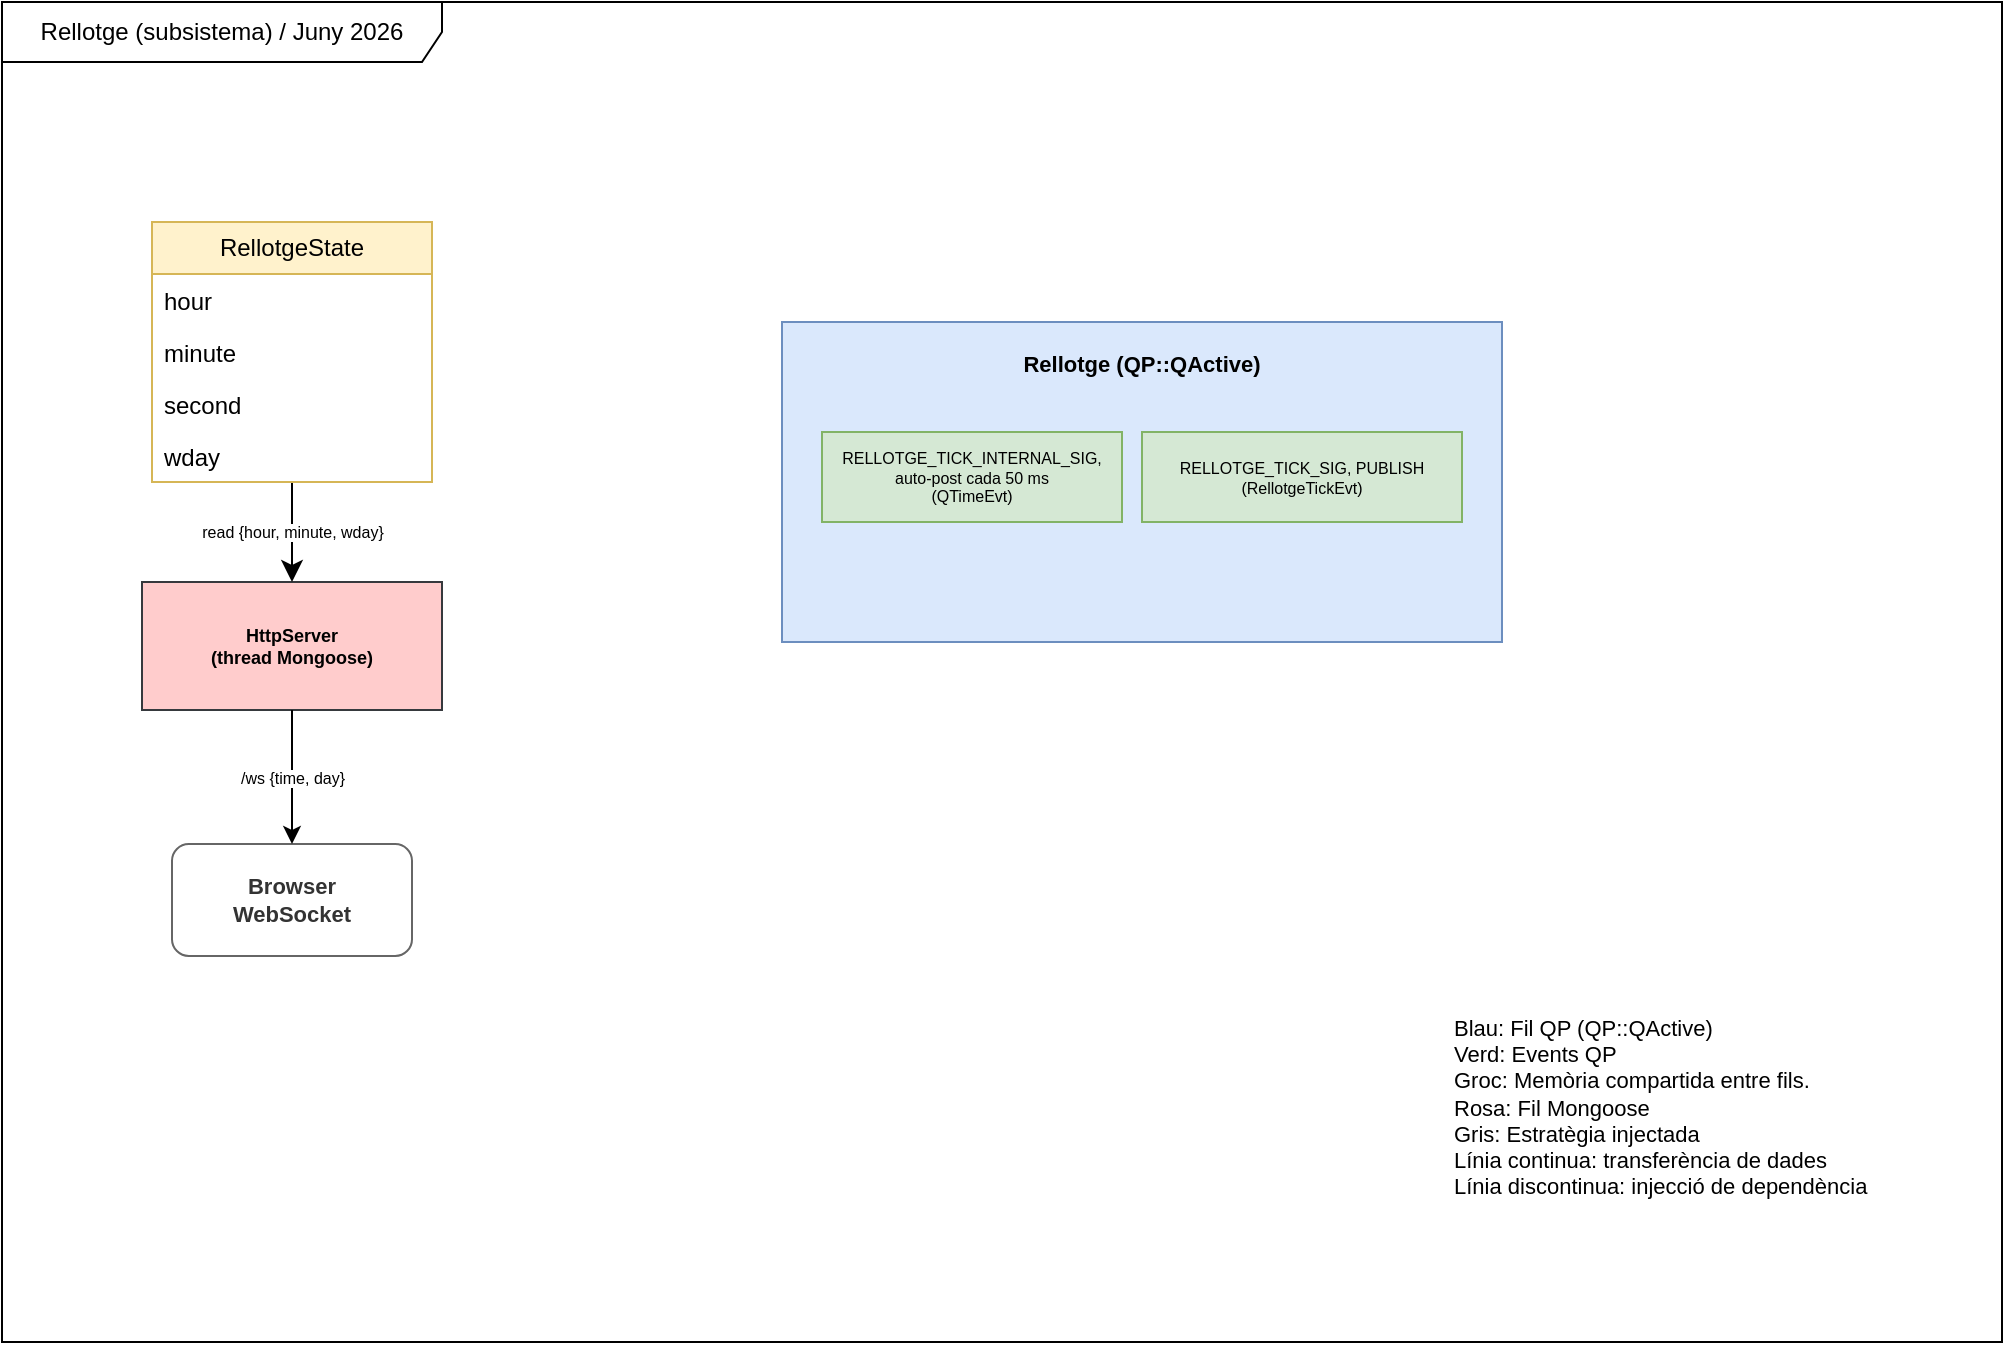
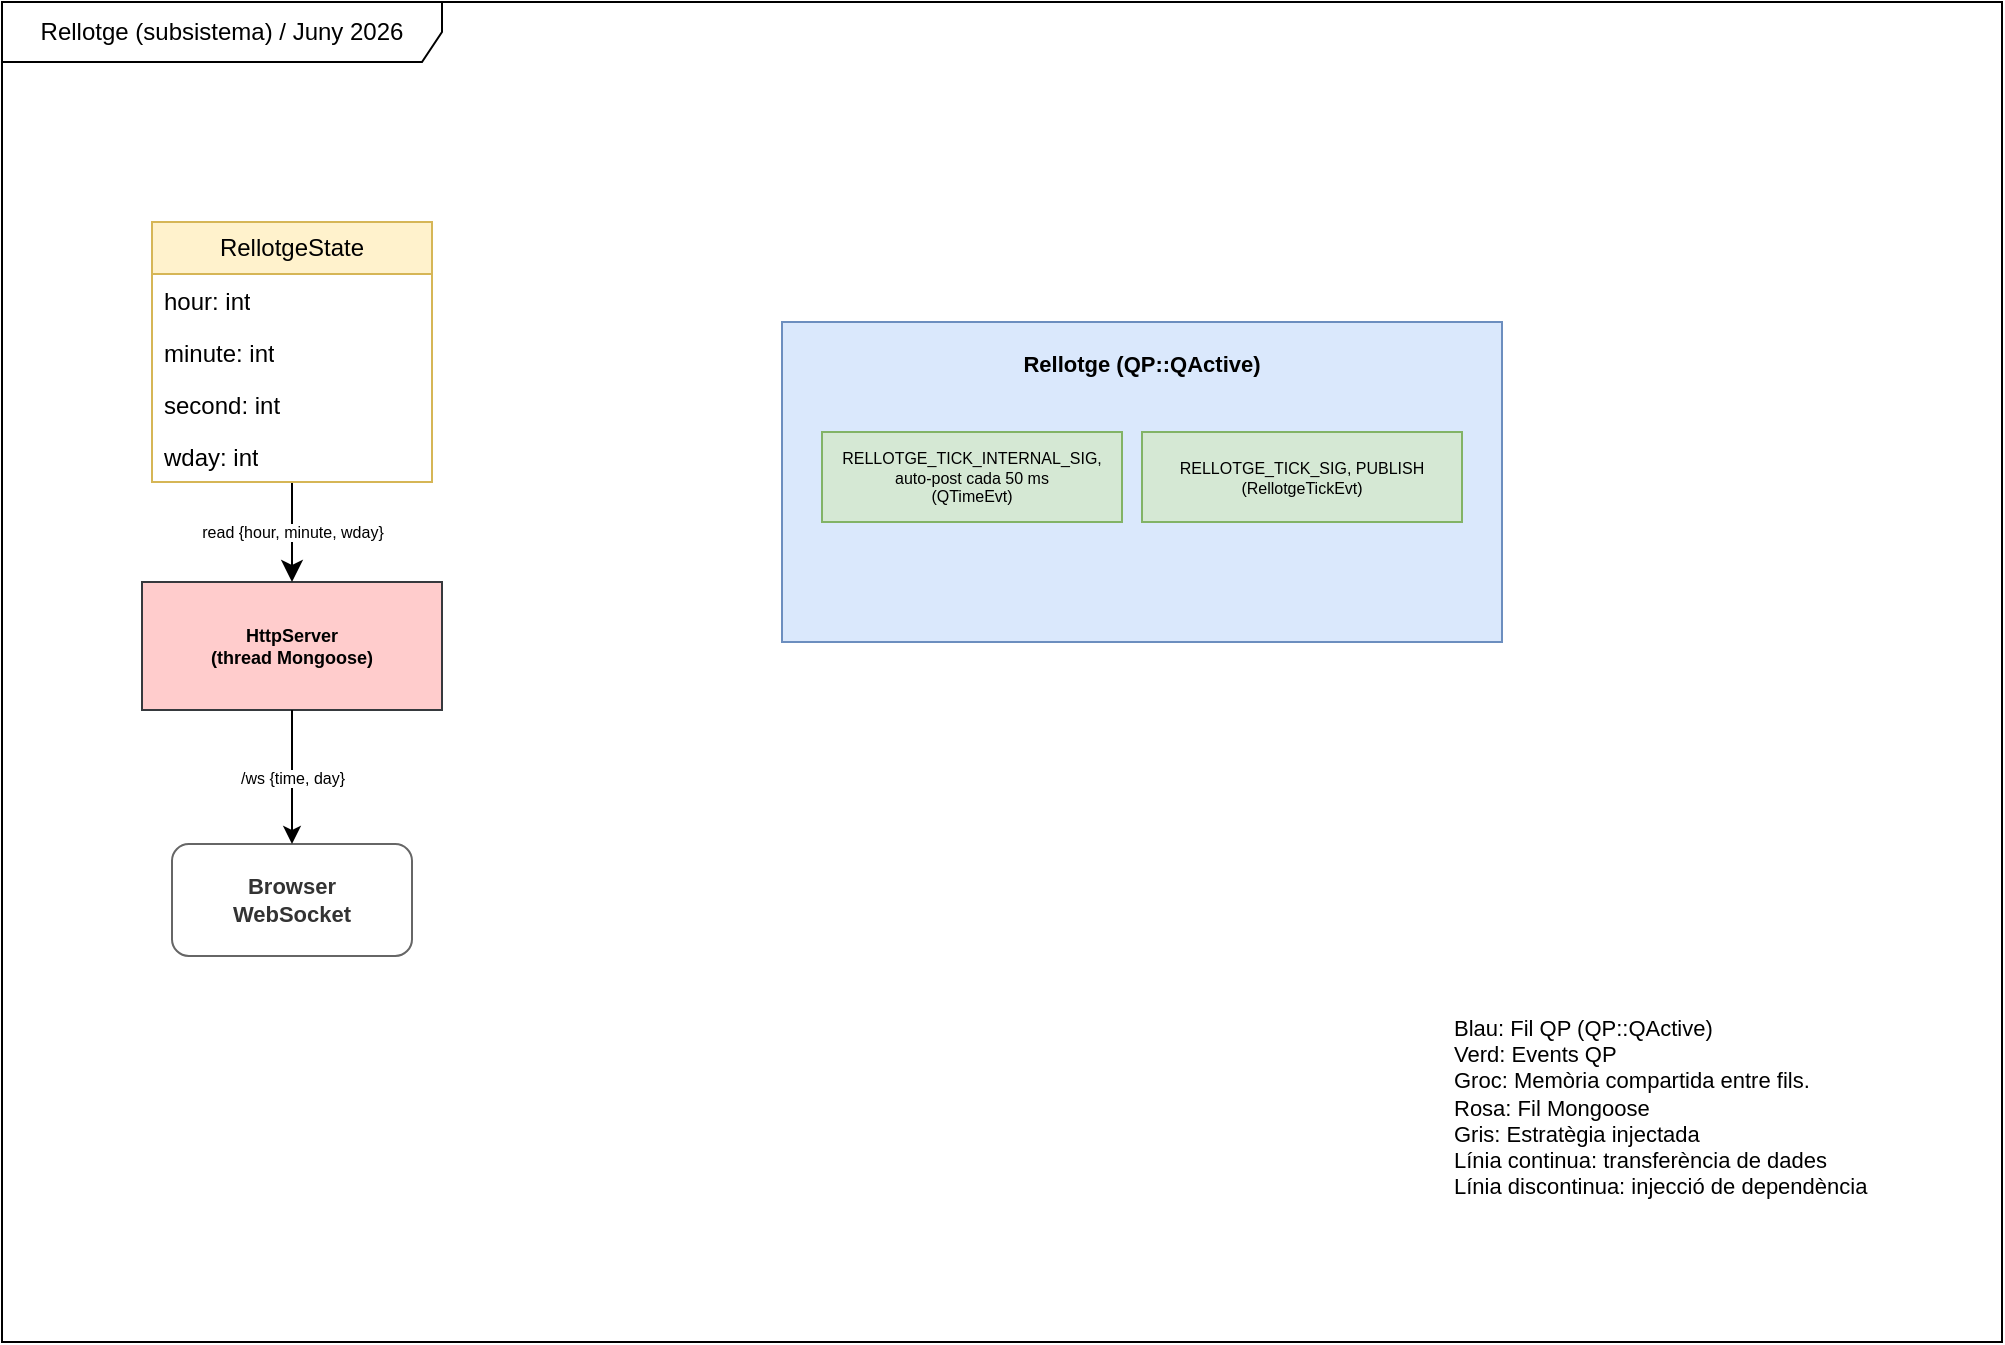
<mxfile host="Electron" agent="Mozilla/5.0 (Windows NT 10.0; Win64; x64) AppleWebKit/537.36 (KHTML, like Gecko) draw.io/28.2.8 Chrome/140.0.7339.240 Electron/38.4.0 Safari/537.36" version="28.2.8">
  <diagram name="Rellotge" id="rellotge">
    <mxGraphModel dx="1028" dy="663" grid="1" gridSize="10" guides="1" tooltips="1" connect="1" arrows="1" fold="1" page="1" pageScale="1" pageWidth="1169" pageHeight="826" math="0" shadow="0">
      <root>
        <mxCell id="0" />
        <mxCell id="1" parent="0" />
        <mxCell id="frame" value="Rellotge (subsistema) / Juny 2026" style="shape=umlFrame;whiteSpace=wrap;html=1;pointerEvents=0;recursiveResize=0;collapsible=0;width=220;height=30;" parent="1" vertex="1">
          <mxGeometry x="40" y="50" width="1000" height="670" as="geometry" />
        </mxCell>
        <mxCell id="rl" value="Rellotge (QP::QActive)" style="rounded=0;whiteSpace=wrap;html=1;fillColor=#dae8fc;strokeColor=#6c8ebf;fontSize=11;fontStyle=1;verticalAlign=top;spacingTop=8" parent="1" vertex="1">
          <mxGeometry x="430" y="210" width="360" height="160" as="geometry" />
        </mxCell>
        <mxCell id="rl_internal" value="RELLOTGE_TICK_INTERNAL_SIG, auto-post cada 50 ms&#xa;(QTimeEvt)" style="rounded=0;whiteSpace=wrap;html=1;fillColor=#d5e8d4;strokeColor=#82b366;fontSize=8" parent="1" vertex="1">
          <mxGeometry x="450" y="265" width="150" height="45" as="geometry" />
        </mxCell>
        <mxCell id="rl_pub" value="RELLOTGE_TICK_SIG, PUBLISH&#xa;(RellotgeTickEvt)" style="rounded=0;whiteSpace=wrap;html=1;fillColor=#d5e8d4;strokeColor=#82b366;fontSize=8" parent="1" vertex="1">
          <mxGeometry x="610" y="265" width="160" height="45" as="geometry" />
        </mxCell>
        <mxCell id="http" value="HttpServer&#xa;(thread Mongoose)" style="rounded=0;whiteSpace=wrap;html=1;fillColor=#ffcccc;strokeColor=#36393d;fontSize=9;fontStyle=1" parent="1" vertex="1">
          <mxGeometry x="110" y="340" width="150" height="64" as="geometry" />
        </mxCell>
        <mxCell id="ws" value="&lt;b&gt;Browser&lt;/b&gt;&#xa;&lt;b&gt;WebSocket&lt;/b&gt;" style="rounded=1;whiteSpace=wrap;html=1;fillColor=#ffffff;strokeColor=#666666;fontColor=#333333;fontSize=11;" parent="1" vertex="1">
          <mxGeometry x="125" y="471" width="120" height="56" as="geometry" />
        </mxCell>
        <mxCell id="e_push" value="/ws {time, day}" style="edgeStyle=orthogonalEdgeStyle;rounded=0;html=1;exitX=0.5;exitY=1;exitDx=0;exitDy=0;entryX=0.5;entryY=0;entryDx=0;entryDy=0;fontSize=8;" parent="1" source="http" target="ws" edge="1">
          <mxGeometry relative="1" as="geometry" />
        </mxCell>
        <mxCell id="legend" value="&lt;div style=&quot;text-align:left&quot;&gt;Blau: Fil QP (QP::QActive)&lt;br&gt;Verd: Events QP&lt;br&gt;Groc: Memòria compartida entre fils.&lt;br&gt;Rosa: Fil Mongoose&lt;br&gt;Gris: Estratègia injectada&lt;br&gt;Línia continua: transferència de dades&lt;br&gt;Línia discontinua: injecció de dependència&lt;/div&gt;" style="text;strokeColor=none;fillColor=none;align=left;verticalAlign=top;spacingLeft=4;spacingRight=4;overflow=hidden;whiteSpace=wrap;html=1;fontSize=11;" parent="1" vertex="1">
          <mxGeometry x="760" y="550" width="240" height="110" as="geometry" />
        </mxCell>
        <mxCell id="fVvCkoM4ovPekPfYtxhf-7" value="read {hour, minute, wday}" style="edgeStyle=orthogonalEdgeStyle;curved=0;rounded=0;orthogonalLoop=1;jettySize=auto;html=1;fontSize=8;startSize=8;endSize=8;" parent="1" source="fVvCkoM4ovPekPfYtxhf-1" target="http" edge="1">
          <mxGeometry relative="1" as="geometry" />
        </mxCell>
        <mxCell id="fVvCkoM4ovPekPfYtxhf-1" value="RellotgeState" style="swimlane;fontStyle=0;childLayout=stackLayout;horizontal=1;startSize=26;fillColor=#fff2cc;horizontalStack=0;resizeParent=1;resizeParentMax=0;resizeLast=0;collapsible=1;marginBottom=0;whiteSpace=wrap;html=1;strokeColor=#d6b656;" parent="1" vertex="1">
          <mxGeometry x="115" y="160" width="140" height="130" as="geometry" />
        </mxCell>
-         <mxCell id="fVvCkoM4ovPekPfYtxhf-2" value="hour" style="text;strokeColor=none;fillColor=none;align=left;verticalAlign=top;spacingLeft=4;spacingRight=4;overflow=hidden;rotatable=0;points=[[0,0.5],[1,0.5]];portConstraint=eastwest;whiteSpace=wrap;html=1;" parent="fVvCkoM4ovPekPfYtxhf-1" vertex="1">
+         <mxCell id="fVvCkoM4ovPekPfYtxhf-2" value="hour: int" style="text;strokeColor=none;fillColor=none;align=left;verticalAlign=top;spacingLeft=4;spacingRight=4;overflow=hidden;rotatable=0;points=[[0,0.5],[1,0.5]];portConstraint=eastwest;whiteSpace=wrap;html=1;" parent="fVvCkoM4ovPekPfYtxhf-1" vertex="1">
          <mxGeometry y="26" width="140" height="26" as="geometry" />
        </mxCell>
-         <mxCell id="fVvCkoM4ovPekPfYtxhf-3" value="minute" style="text;strokeColor=none;fillColor=none;align=left;verticalAlign=top;spacingLeft=4;spacingRight=4;overflow=hidden;rotatable=0;points=[[0,0.5],[1,0.5]];portConstraint=eastwest;whiteSpace=wrap;html=1;" parent="fVvCkoM4ovPekPfYtxhf-1" vertex="1">
+         <mxCell id="fVvCkoM4ovPekPfYtxhf-3" value="minute: int" style="text;strokeColor=none;fillColor=none;align=left;verticalAlign=top;spacingLeft=4;spacingRight=4;overflow=hidden;rotatable=0;points=[[0,0.5],[1,0.5]];portConstraint=eastwest;whiteSpace=wrap;html=1;" parent="fVvCkoM4ovPekPfYtxhf-1" vertex="1">
          <mxGeometry y="52" width="140" height="26" as="geometry" />
        </mxCell>
-         <mxCell id="fVvCkoM4ovPekPfYtxhf-4" value="second" style="text;strokeColor=none;fillColor=none;align=left;verticalAlign=top;spacingLeft=4;spacingRight=4;overflow=hidden;rotatable=0;points=[[0,0.5],[1,0.5]];portConstraint=eastwest;whiteSpace=wrap;html=1;" parent="fVvCkoM4ovPekPfYtxhf-1" vertex="1">
+         <mxCell id="fVvCkoM4ovPekPfYtxhf-4" value="second: int" style="text;strokeColor=none;fillColor=none;align=left;verticalAlign=top;spacingLeft=4;spacingRight=4;overflow=hidden;rotatable=0;points=[[0,0.5],[1,0.5]];portConstraint=eastwest;whiteSpace=wrap;html=1;" parent="fVvCkoM4ovPekPfYtxhf-1" vertex="1">
          <mxGeometry y="78" width="140" height="26" as="geometry" />
        </mxCell>
-         <mxCell id="fVvCkoM4ovPekPfYtxhf-6" value="wday" style="text;strokeColor=none;fillColor=none;align=left;verticalAlign=top;spacingLeft=4;spacingRight=4;overflow=hidden;rotatable=0;points=[[0,0.5],[1,0.5]];portConstraint=eastwest;whiteSpace=wrap;html=1;" parent="fVvCkoM4ovPekPfYtxhf-1" vertex="1">
+         <mxCell id="fVvCkoM4ovPekPfYtxhf-6" value="wday: int" style="text;strokeColor=none;fillColor=none;align=left;verticalAlign=top;spacingLeft=4;spacingRight=4;overflow=hidden;rotatable=0;points=[[0,0.5],[1,0.5]];portConstraint=eastwest;whiteSpace=wrap;html=1;" parent="fVvCkoM4ovPekPfYtxhf-1" vertex="1">
          <mxGeometry y="104" width="140" height="26" as="geometry" />
        </mxCell>
      </root>
    </mxGraphModel>
  </diagram>
</mxfile>
